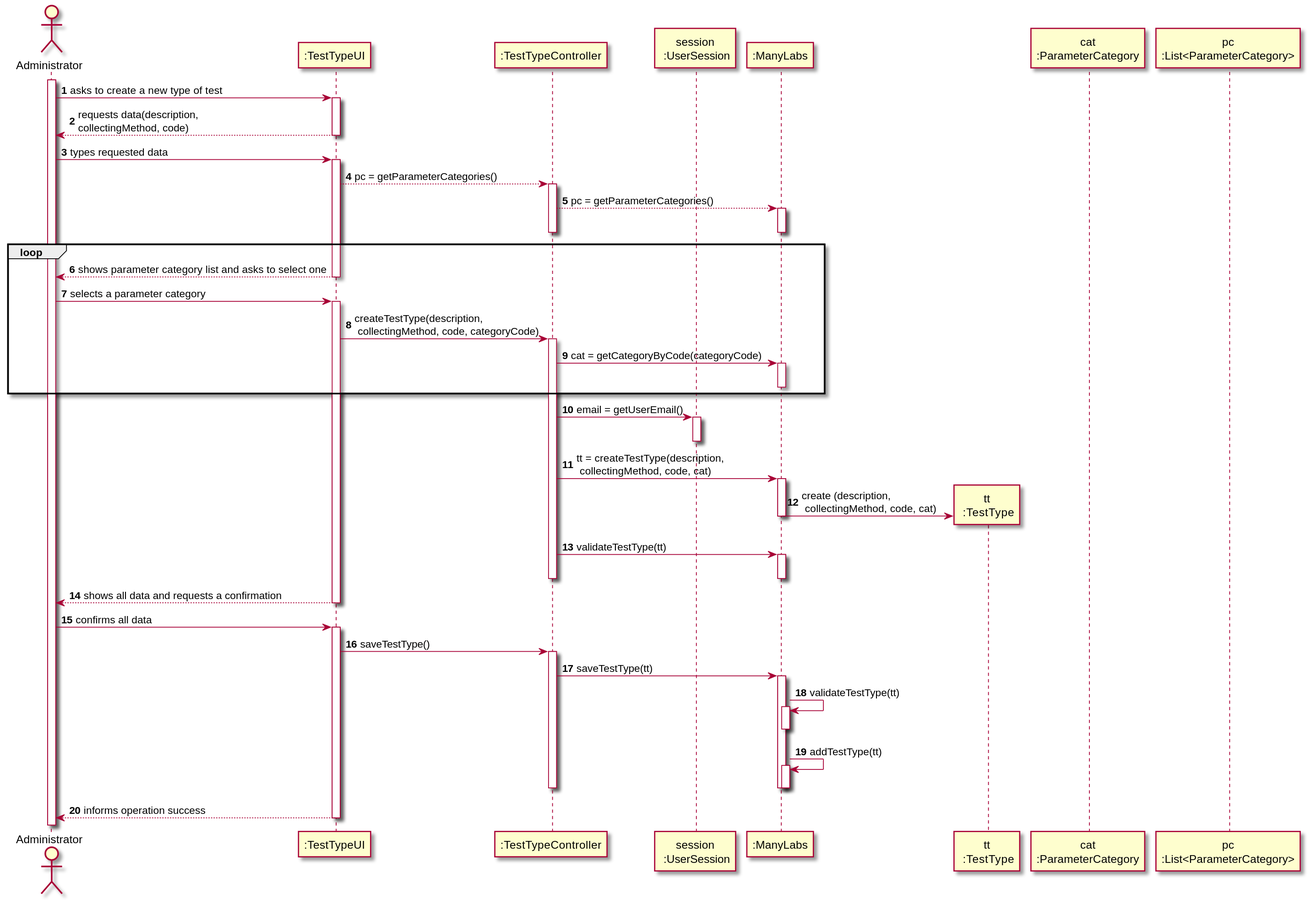
Pedromaia26/LAPR2-ISEP keeps this PlantUML diagram as docs/SprintB/US9_CreateTestType/US009_SD.svg. Above is the earlier version.
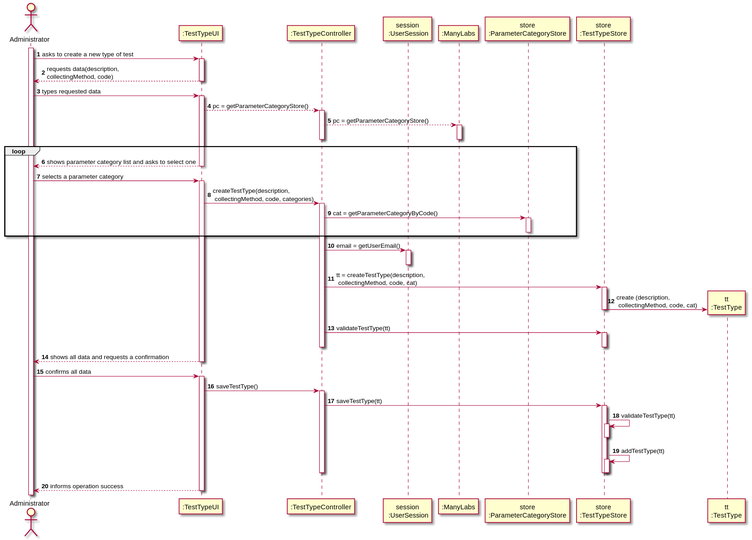
The same diagram one commit later.

Diff of the diagram source:
```diff
@@ -4,9 +4,9 @@
 participant ":TestTypeController" as TTC
 participant "session\n :UserSession" as US
 participant ":ManyLabs" as ML
-participant "tt\n :TestType" as TT
-participant "cat\n:ParameterCategory" as CAT
-participant "pc\n:List<ParameterCategory>" as LIST_CAT
+participant "store\n:ParameterCategoryStore" as PCS
+participant "store\n:TestTypeStore" as TTS
+participant "tt\n:TestType" as TT
 
 
 autonumber
@@ -21,9 +21,9 @@
 
 Adm -> UI: types requested data
 activate UI
-UI-->TTC: pc = getParameterCategories()
+UI-->TTC: pc = getParameterCategoryStore()
 activate TTC
-TTC-->ML: pc = getParameterCategories()
+TTC-->ML: pc = getParameterCategoryStore()
 activate ML
 deactivate ML
 deactivate TTC
@@ -34,22 +34,22 @@
 
 Adm -> UI: selects a parameter category
 activate UI
-UI -> TTC: createTestType(description, \n collectingMethod, code, categoryCode)
+UI -> TTC: createTestType(description, \n collectingMethod, code, categories)
 activate TTC
-TTC -> ML: cat = getCategoryByCode(categoryCode)
-activate ML
-deactivate ML
+TTC -> PCS: cat = getParameterCategoryByCode()
+activate PCS
+deactivate PCS
 end
 TTC -> US: email = getUserEmail()
 activate US
 deactivate US
-TTC -> ML: tt = createTestType(description, \n collectingMethod, code, cat)
-activate ML
-ML -> TT**: create (description, \n collectingMethod, code, cat)
-deactivate ML
-TTC -> ML: validateTestType(tt)
-activate ML
-deactivate ML
+TTC -> TTS: tt = createTestType(description, \n collectingMethod, code, cat)
+activate TTS
+TTS -> TT**: create (description, \n collectingMethod, code, cat)
+deactivate TTS
+TTC -> TTS: validateTestType(tt)
+activate TTS
+deactivate TTS
 deactivate TTC
 UI --> Adm: shows all data and requests a confirmation
 deactivate ML
@@ -60,16 +60,16 @@
 activate UI
 UI -> TTC: saveTestType()
 activate TTC
-TTC -> ML: saveTestType(tt)
-activate ML
-ML -> ML: validateTestType(tt)
-activate ML
-deactivate ML
-ML -> ML: addTestType(tt)
-activate ML
-deactivate ML
+TTC -> TTS: saveTestType(tt)
+activate TTS
+TTS -> TTS: validateTestType(tt)
+activate TTS
+deactivate TTS
+TTS -> TTS: addTestType(tt)
+activate TTS
+deactivate TTS
 deactivate TTC
-deactivate ML
+deactivate TTS
 UI --> Adm: informs operation success
 deactivate UI
 
```
